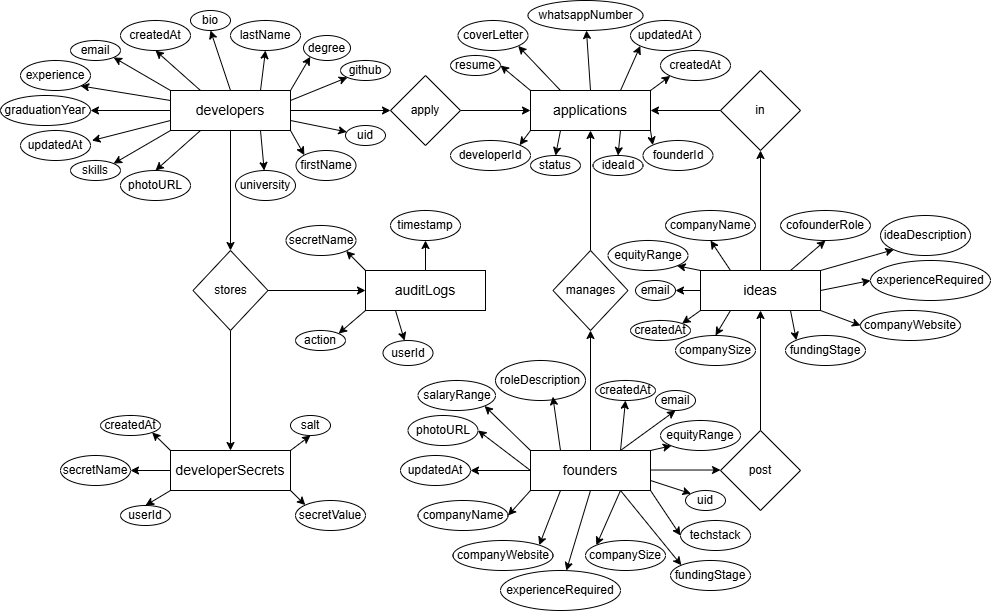
Earlier version of the draw.io export design/ER.png (Gokuldevx/catalyst). Source tidied: cells renumbered, new cells last; positions are measured from the earlier drawing's top-left corner, leaving out a move shared by most shapes.
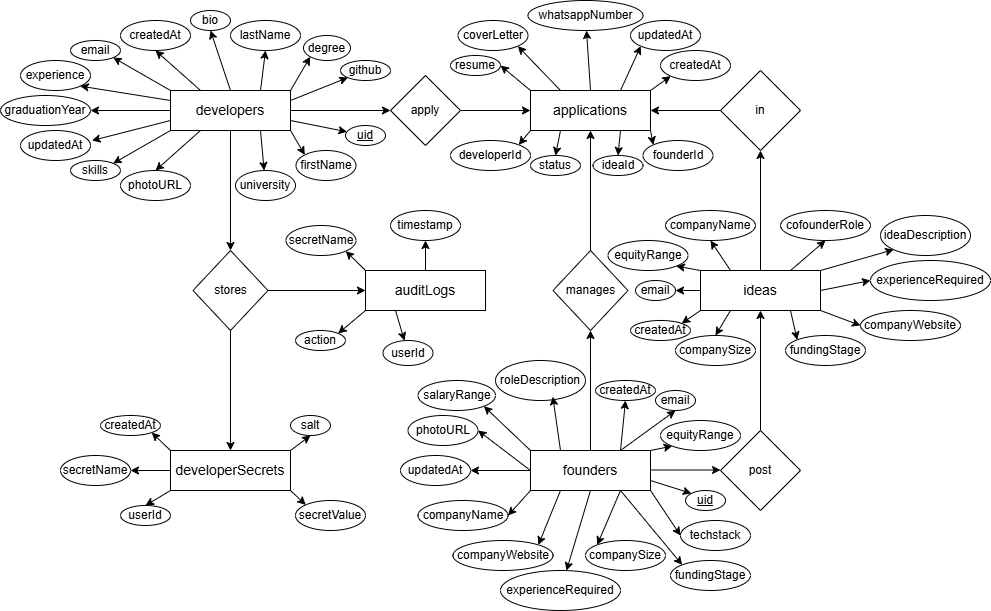
After the change.

The edit, as a diff of the source:
```diff
@@ -77,7 +77,7 @@
     <mxCell id="26" value="skills" style="ellipse;whiteSpace=wrap;html=1;" parent="1" vertex="1">
       <mxGeometry x="70" y="160" width="50" height="20" as="geometry" />
     </mxCell>
-    <mxCell id="27" value="uid" style="ellipse;whiteSpace=wrap;html=1;" parent="1" vertex="1">
+    <mxCell id="27" value="&lt;u&gt;uid&lt;/u&gt;" style="ellipse;whiteSpace=wrap;html=1;" parent="1" vertex="1">
       <mxGeometry x="345" y="125" width="40" height="20" as="geometry" />
     </mxCell>
     <mxCell id="28" value="university" style="ellipse;whiteSpace=wrap;html=1;" parent="1" vertex="1">
@@ -350,7 +350,7 @@
     <mxCell id="116" value="updatedAt" style="ellipse;whiteSpace=wrap;html=1;" parent="1" vertex="1">
       <mxGeometry x="400" y="455" width="70" height="30" as="geometry" />
     </mxCell>
-    <mxCell id="117" value="uid" style="ellipse;whiteSpace=wrap;html=1;" parent="1" vertex="1">
+    <mxCell id="117" value="&lt;u&gt;uid&lt;/u&gt;" style="ellipse;whiteSpace=wrap;html=1;" parent="1" vertex="1">
       <mxGeometry x="685" y="490" width="40" height="20" as="geometry" />
     </mxCell>
     <mxCell id="118" value="techstack" style="ellipse;whiteSpace=wrap;html=1;" parent="1" vertex="1">
```
